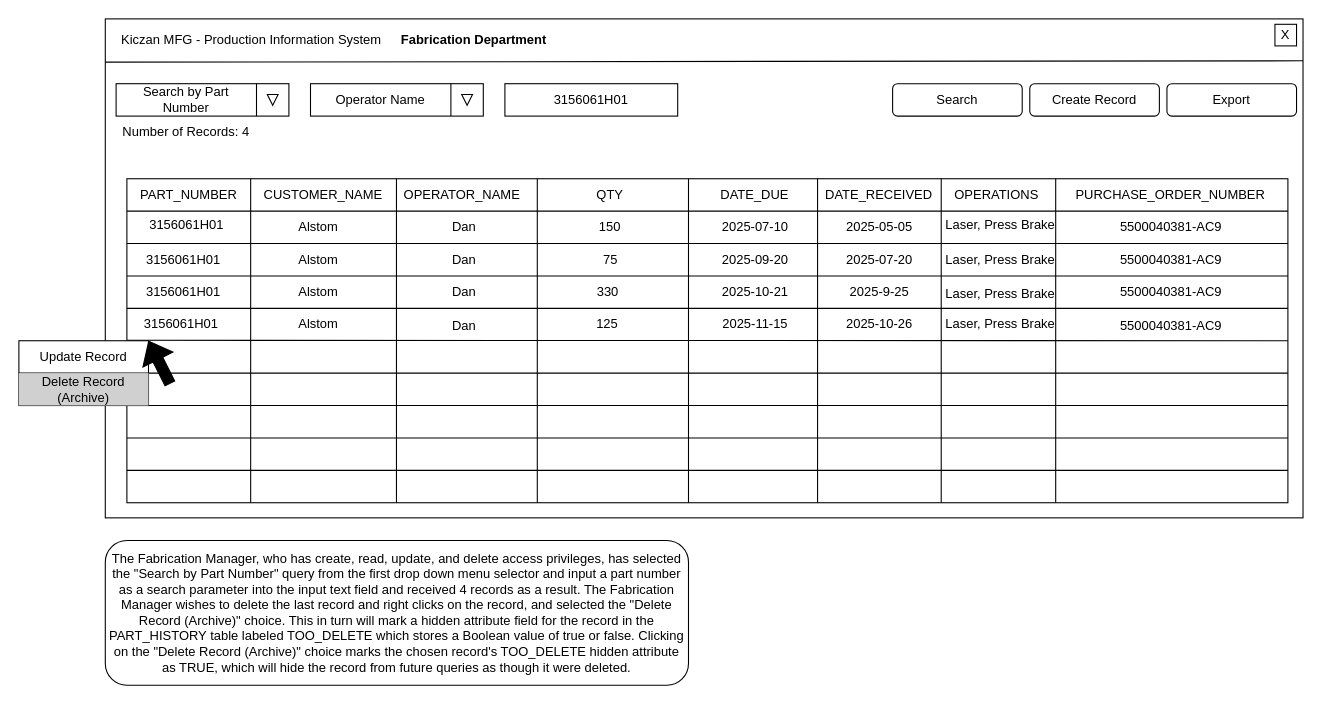
The draw.io diagram Main User Interface Wireframe Search By Part Number DELETE.drawio in JrST90/Team2CapstoneProject, before the edit. Source tidied: cells renumbered, new cells numbered last; positions are measured from the earlier drawing's top-left corner, leaving out a move shared by most shapes. Both pictures are drawn from the tidied source at 108%, with x=0, y=0 at pixel (18, 18).
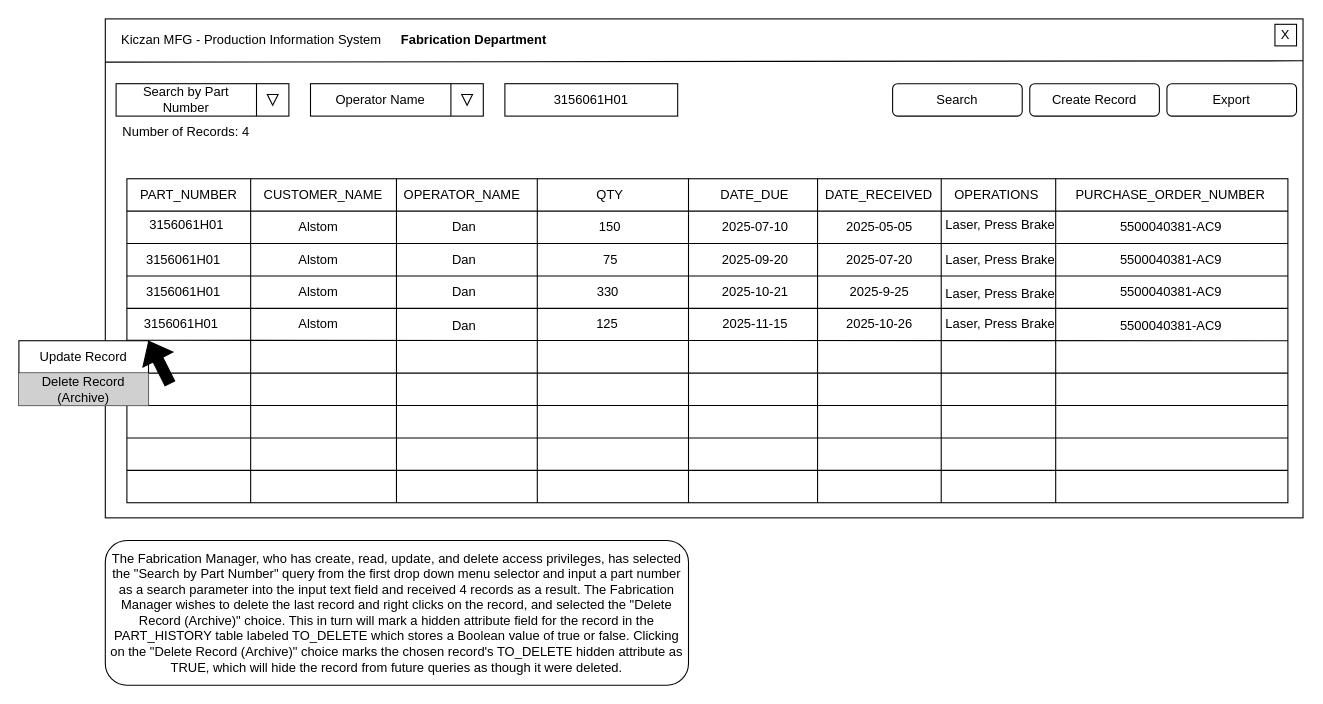
Above is the later version.

Commit message (it also covers changes not shown here):
Fixed spelling error

Fixed spelling error in wireframe dialog script and field mapping.

Change to the diagram source:
```diff
@@
-    <mxCell id="83" value="The Fabrication Manager, who has create, read, update, and delete access privileges, has selected the &quot;Search by Part Number&quot; query from the first drop down menu selector and input a part number as a search parameter into the input text field and received 4 records as a result. The Fabrication Manager wishes to delete the last record and right clicks on the record, and selected the &quot;Delete Record (Archive)&quot; choice. This in turn will mark a hidden attribute field for the record in the PART_HISTORY table labeled TOO_DELETE which stores a Boolean value of true or false. Clicking on the &quot;Delete Record (Archive)&quot; choice marks the chosen record's TOO_DELETE hidden attribute as TRUE, which will hide the record from future queries as though it were deleted." style="rounded=1;whiteSpace=wrap;html=1;" parent="1" vertex="1">
+    <mxCell id="83" value="The Fabrication Manager, who has create, read, update, and delete access privileges, has selected the &quot;Search by Part Number&quot; query from the first drop down menu selector and input a part number as a search parameter into the input text field and received 4 records as a result. The Fabrication Manager wishes to delete the last record and right clicks on the record, and selected the &quot;Delete Record (Archive)&quot; choice. This in turn will mark a hidden attribute field for the record in the PART_HISTORY table labeled TO_DELETE which stores a Boolean value of true or false. Clicking on the &quot;Delete Record (Archive)&quot; choice marks the chosen record's TO_DELETE hidden attribute as TRUE, which will hide the record from future queries as though it were deleted." style="rounded=1;whiteSpace=wrap;html=1;" parent="1" vertex="1">
       <mxGeometry x="80" y="483" width="540" height="134" as="geometry" />
     </mxCell>
```
